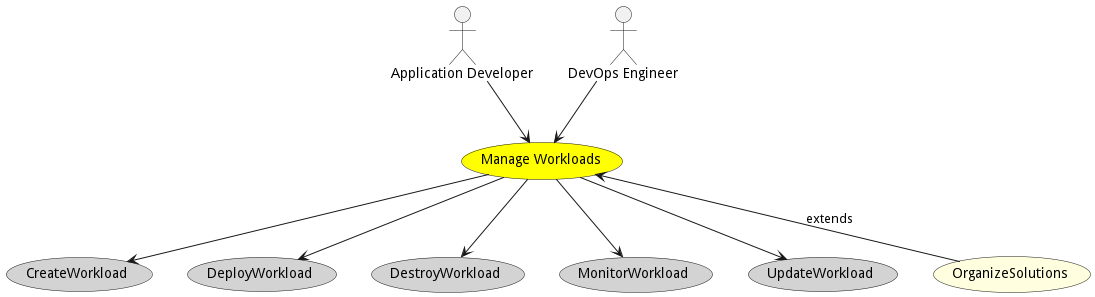
Before: docs/edgemere/aml/usecases/manageworkloads/Activities.png, a diagram exported from PlantUML (madajaju/edgemere).
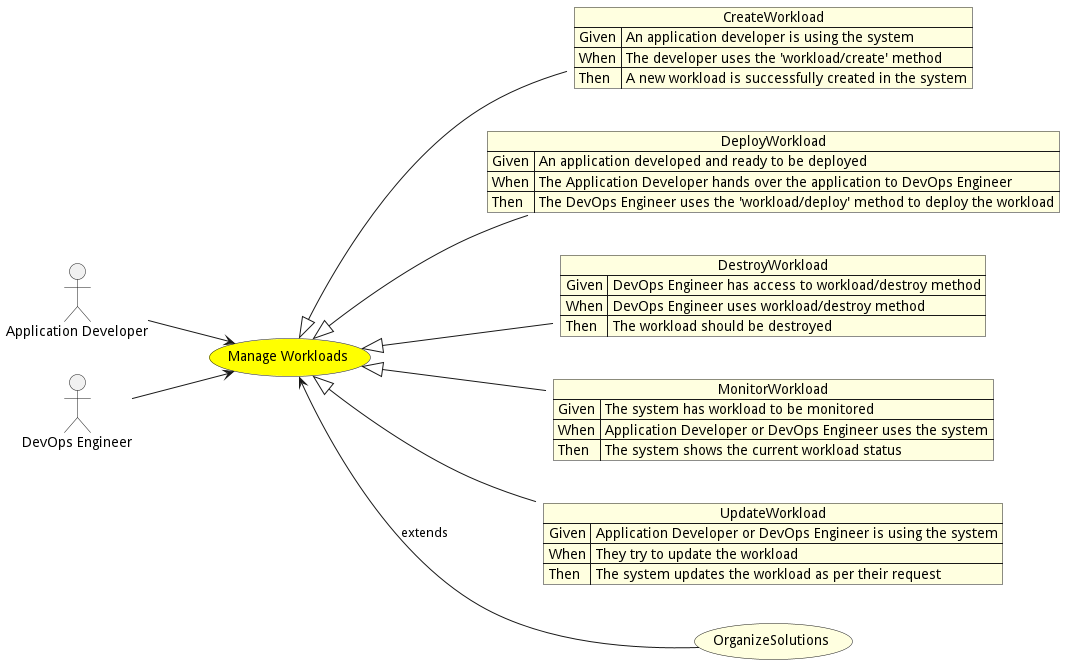
Above is the later version.

What changed in the source:
```diff
@@ -1,5 +1,7 @@
 @startuml
 
+
+left to right direction
 
 usecase "Manage Workloads" as ManageWorkloads #yellow
 
@@ -13,25 +15,45 @@
 
 
 
-usecase "CreateWorkload" as CreateWorkload #lightgrey
+json CreateWorkload #lightyellow {
+    "Given": "An application developer is using the system",
+    "When": "The developer uses the &#39;workload/create&#39; method",
+    "Then": "A new workload is successfully created in the system"
+}
 
-ManageWorkloads --> CreateWorkload
+ManageWorkloads <|-- CreateWorkload
 
-usecase "DeployWorkload" as DeployWorkload #lightgrey
+json DeployWorkload #lightyellow {
+    "Given": "An application developed and ready to be deployed",
+    "When": "The Application Developer hands over the application to DevOps Engineer",
+    "Then": "The DevOps Engineer uses the &#39;workload/deploy&#39; method to deploy the workload"
+}
 
-ManageWorkloads --> DeployWorkload
+ManageWorkloads <|-- DeployWorkload
 
-usecase "DestroyWorkload" as DestroyWorkload #lightgrey
+json DestroyWorkload #lightyellow {
+    "Given": "DevOps Engineer has access to workload/destroy method",
+    "When": "DevOps Engineer uses workload/destroy method",
+    "Then": "The workload should be destroyed"
+}
 
-ManageWorkloads --> DestroyWorkload
+ManageWorkloads <|-- DestroyWorkload
 
-usecase "MonitorWorkload" as MonitorWorkload #lightgrey
+json MonitorWorkload #lightyellow {
+    "Given": "The system has workload to be monitored",
+    "When": "Application Developer or DevOps Engineer uses the system",
+    "Then": "The system shows the current workload status"
+}
 
-ManageWorkloads --> MonitorWorkload
+ManageWorkloads <|-- MonitorWorkload
 
-usecase "UpdateWorkload" as UpdateWorkload #lightgrey
+json UpdateWorkload #lightyellow {
+    "Given": "Application Developer or DevOps Engineer is using the system",
+    "When": "They try to update the workload",
+    "Then": "The system updates the workload as per their request"
+}
 
-ManageWorkloads --> UpdateWorkload
+ManageWorkloads <|-- UpdateWorkload
 
 
 
```
